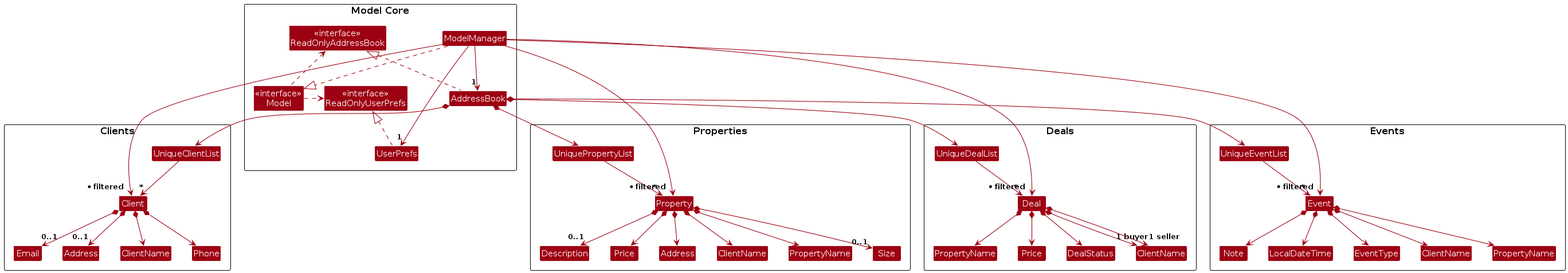
kumar2215/tp keeps this PlantUML diagram as diagrams/ModelClassDiagram.png. Above is the earlier version. Its source is kept beside it as diagrams/ModelClassDiagram.puml.
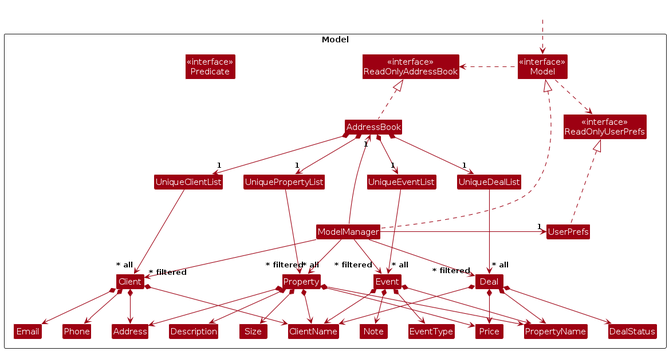
Later version of the same file.

What changed in the source:
```diff
@@ -4,102 +4,93 @@
 skinparam arrowColor MODEL_COLOR
 skinparam classBackgroundColor MODEL_COLOR
 
-package "Model Core" {
-  class "<<interface>>\nModel" as Model
-  class "<<interface>>\nReadOnlyAddressBook" as ReadOnlyAddressBook
-  class "<<interface>>\nReadOnlyUserPrefs" as ReadOnlyUserPrefs
-  class AddressBook
-  class ModelManager
-  class UserPrefs
+Package Model as ModelPackage <<Rectangle>>{
+Class "<<interface>>\nReadOnlyAddressBook" as ReadOnlyAddressBook
+Class "<<interface>>\nReadOnlyUserPrefs" as ReadOnlyUserPrefs
+Class "<<interface>>\nModel" as Model
+Class "<<interface>>\nPredicate" as Predicate
+Class AddressBook
+Class ModelManager
+Class UserPrefs
 
-  ModelManager ..|> Model
-  AddressBook .up.|> ReadOnlyAddressBook
-  UserPrefs .up.|> ReadOnlyUserPrefs
-  Model .right.> ReadOnlyUserPrefs
-  Model .left.> ReadOnlyAddressBook
-  ModelManager --> "1" AddressBook
-  ModelManager --> "1" UserPrefs
+Class UniqueClientList
+Class Client
+Class Address
+Class Email
+Class ClientName
+Class Phone
+
+Class UniqueDealList
+Class Deal
+Class DealStatus
+
+Class UniqueEventList
+Class Event
+Class EventType
+Class Note
+
+Class UniquePropertyList
+Class Property
+Class PropertyName
+Class Size
+Class Description
+Class Price
+
+Class I #FFFFFF
 }
 
-package "Clients" {
-  class UniqueClientList
-  class Client
+Class HiddenOutside #FFFFFF
+HiddenOutside ..> Model
 
-  class ClientName
-  class Phone
-  class Email
-  class Address
+AddressBook .up.|> ReadOnlyAddressBook
 
-  UniqueClientList --> "*" Client
-  Client *--> ClientName
-  Client *--> Phone
-  Client *--> "0..1" Email
-  Client *--> "0..1" Address
-}
+ModelManager ..up..|> Model
+Model .right.> ReadOnlyUserPrefs
+Model .left.> ReadOnlyAddressBook
+ModelManager -left-> "1" AddressBook
+ModelManager -right-> "1" UserPrefs
+UserPrefs .up.|> ReadOnlyUserPrefs
 
-package "Deals" {
-  class UniqueDealList
-  class Deal
+AddressBook *--> "1" UniqueClientList
+AddressBook *--> "1" UniqueDealList
+AddressBook *--> "1" UniqueEventList
+AddressBook *--> "1" UniquePropertyList
 
-  class DealStatus
-  class ClientName
-  class PropertyName
-  class Price
+UniqueClientList ---> "~* all" Client
+Client *--> ClientName
+Client *--> Phone
+Client *--> Email
+Client *--> Address
 
-  UniqueDealList --> "*" Deal
-  Deal *--> "1 buyer" ClientName
-  Deal *--> "1 seller" ClientName
-  Deal *--> DealStatus
-  Deal *--> PropertyName
-  Deal *--> Price
-}
+UniqueDealList ---> "~* all" Deal
+Deal *--> DealStatus
+Deal *--> ClientName
+Deal *--> PropertyName
+Deal *--> Price
 
-package "Properties" {
-  class UniquePropertyList
-  class Property
+UniqueEventList ---> "~* all" Event
+Event *--> EventType
+Event *--> ClientName
+Event *--> PropertyName
+Event *--> Note
 
-  class PropertyName
-  class Size
-  class Description
-  class Price
-  class Address
-  class ClientName
+UniquePropertyList ---> "~* all" Property
+Property *--> PropertyName
+Property *--> Size
+Property *--> Price
+Property *--> Description
+Property *--> Address
+Property *--> ClientName
 
-  UniquePropertyList --> "*" Property
-  Property *--> PropertyName
-  Property *--> "0..1" Size
-  Property *--> Price
-  Property *--> "0..1" Description
-  Property *--> Address
-  Property *--> ClientName
-}
+Client -[hidden]up--> I
+UniqueClientList -[hidden]right-> I
 
-package "Events" {
-  class UniqueEventList
-  class Event
+ClientName -[hidden]right-> Phone
+Phone -[hidden]right-> Address
+Address -[hidden]right-> Email
 
-  class EventType
-  class ClientName
-  class PropertyName
-  class Note
-  class LocalDateTime
-
-  UniqueEventList --> "*" Event
-  Event *--> EventType
-  Event *--> ClientName
-  Event *--> PropertyName
-  Event *--> Note
-  Event *--> LocalDateTime
-}
-
-AddressBook *--> UniqueClientList
-AddressBook *--> UniqueDealList
-AddressBook *--> UniqueEventList
-AddressBook *--> UniquePropertyList
-
-ModelManager --> "* filtered" Client
-ModelManager --> "* filtered" Deal
-ModelManager --> "* filtered" Property
-ModelManager --> "* filtered" Event
-
+ModelManager --> "~* filtered" Client
+ModelManager --> "~* filtered" Deal
+ModelManager --> "~* filtered" Event
+ModelManager --> "~* filtered" Property
 @enduml
```
